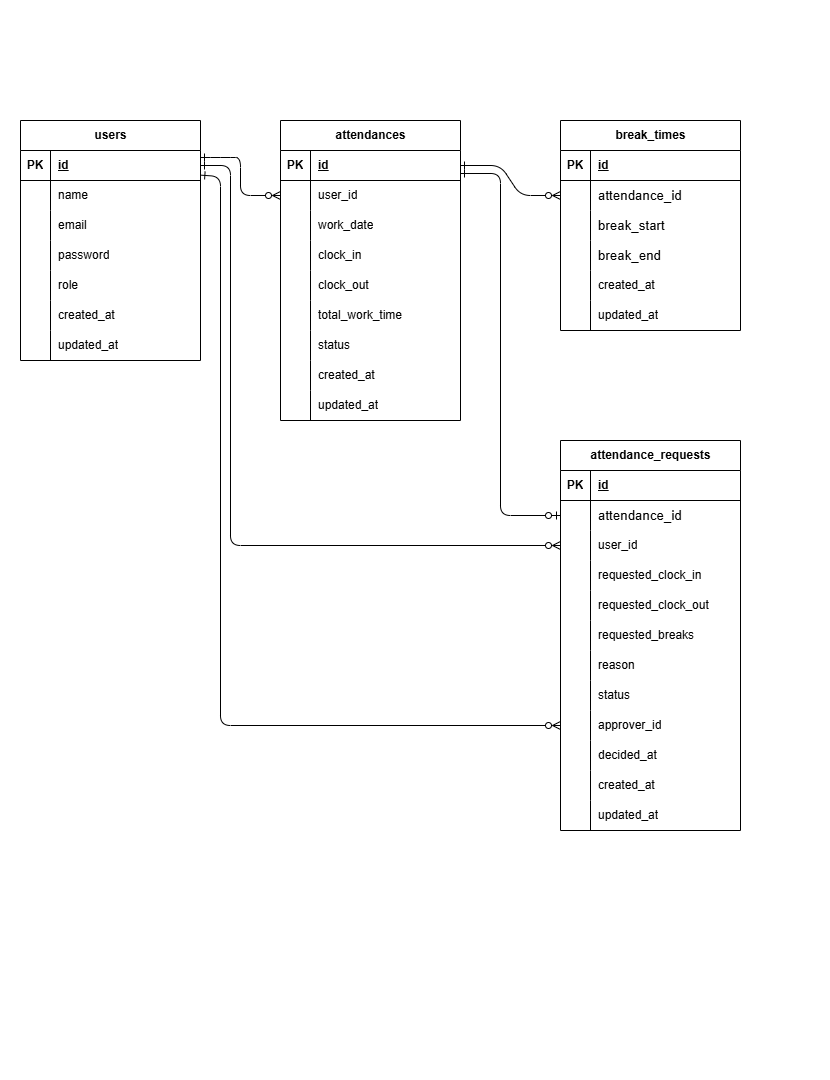
The draw.io diagram erd.png in como-natsu/attendance-management, before a commit. Source tidied: cells renumbered, new cells last; positions are measured from the earlier drawing's top-left corner, leaving out a move shared by most shapes.
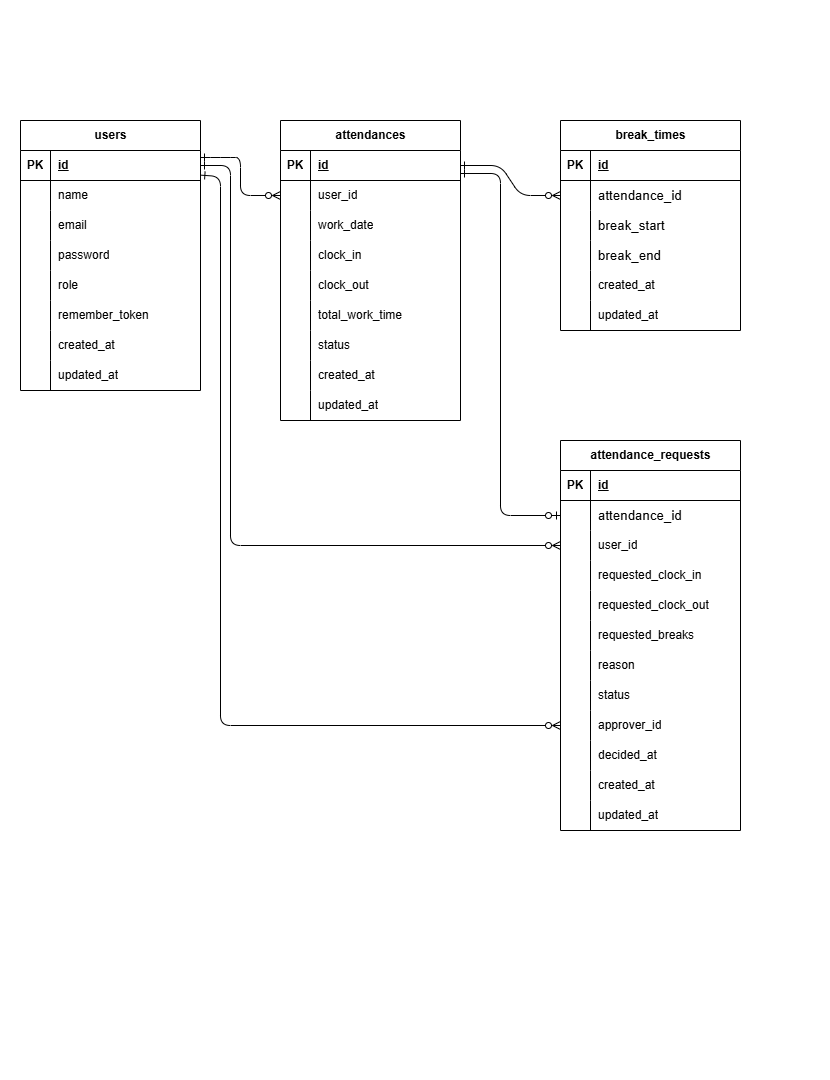
After the commit.

Change to the diagram source:
```diff
@@ -6,7 +6,7 @@
       <mxGeometry width="830" height="1080" as="geometry" />
     </mxCell>
     <mxCell id="3" value="users" style="shape=table;startSize=30;rowLines=0;fontStyle=1;align=center;html=1;" parent="1" vertex="1">
-      <mxGeometry x="20" y="120" width="180" height="240" as="geometry" />
+      <mxGeometry x="20" y="120" width="180" height="270" as="geometry" />
     </mxCell>
     <mxCell id="4" style="shape=tableRow;horizontal=0;startSize=0;swimlaneHead=0;swimlaneBody=0;fillColor=none;points=[[0,0.5],[1,0.5]];portConstraint=eastwest;top=0;left=0;right=0;bottom=1;" parent="3" vertex="1">
       <mxGeometry y="30" width="180" height="30" as="geometry" />
@@ -53,8 +53,17 @@
     <mxCell id="18" value="role" style="shape=partialRectangle;fillColor=none;top=0;left=0;bottom=0;right=0;align=left;spacingLeft=6;overflow=hidden;whiteSpace=wrap;html=1;" parent="16" vertex="1">
       <mxGeometry x="30" width="150" height="30" as="geometry" />
     </mxCell>
+    <mxCell id="114" style="shape=tableRow;horizontal=0;startSize=0;swimlaneHead=0;swimlaneBody=0;fillColor=none;top=0;left=0;right=0;bottom=0;" parent="3" vertex="1">
+      <mxGeometry y="180" width="180" height="30" as="geometry" />
+    </mxCell>
+    <mxCell id="115" style="shape=partialRectangle;fillColor=none;top=0;left=0;bottom=0;right=0;overflow=hidden;whiteSpace=wrap;html=1;" parent="114" vertex="1">
+      <mxGeometry width="30" height="30" as="geometry" />
+    </mxCell>
+    <mxCell id="116" value="remember_token" style="shape=partialRectangle;fillColor=none;top=0;left=0;bottom=0;right=0;align=left;spacingLeft=6;overflow=hidden;whiteSpace=wrap;html=1;" parent="114" vertex="1">
+      <mxGeometry x="30" width="150" height="30" as="geometry" />
+    </mxCell>
     <mxCell id="19" style="shape=tableRow;horizontal=0;startSize=0;swimlaneHead=0;swimlaneBody=0;fillColor=none;top=0;left=0;right=0;bottom=0;" parent="3" vertex="1">
-      <mxGeometry y="180" width="180" height="30" as="geometry" />
+      <mxGeometry y="210" width="180" height="30" as="geometry" />
     </mxCell>
     <mxCell id="20" style="shape=partialRectangle;fillColor=none;top=0;left=0;bottom=0;right=0;overflow=hidden;whiteSpace=wrap;html=1;" parent="19" vertex="1">
       <mxGeometry width="30" height="30" as="geometry" />
@@ -63,7 +72,7 @@
       <mxGeometry x="30" width="150" height="30" as="geometry" />
     </mxCell>
     <mxCell id="22" style="shape=tableRow;horizontal=0;startSize=0;swimlaneHead=0;swimlaneBody=0;fillColor=none;top=0;left=0;right=0;bottom=0;" parent="3" vertex="1">
-      <mxGeometry y="210" width="180" height="30" as="geometry" />
+      <mxGeometry y="240" width="180" height="30" as="geometry" />
     </mxCell>
     <mxCell id="23" style="shape=partialRectangle;fillColor=none;top=0;left=0;bottom=0;right=0;overflow=hidden;whiteSpace=wrap;html=1;" parent="22" vertex="1">
       <mxGeometry width="30" height="30" as="geometry" />
```
